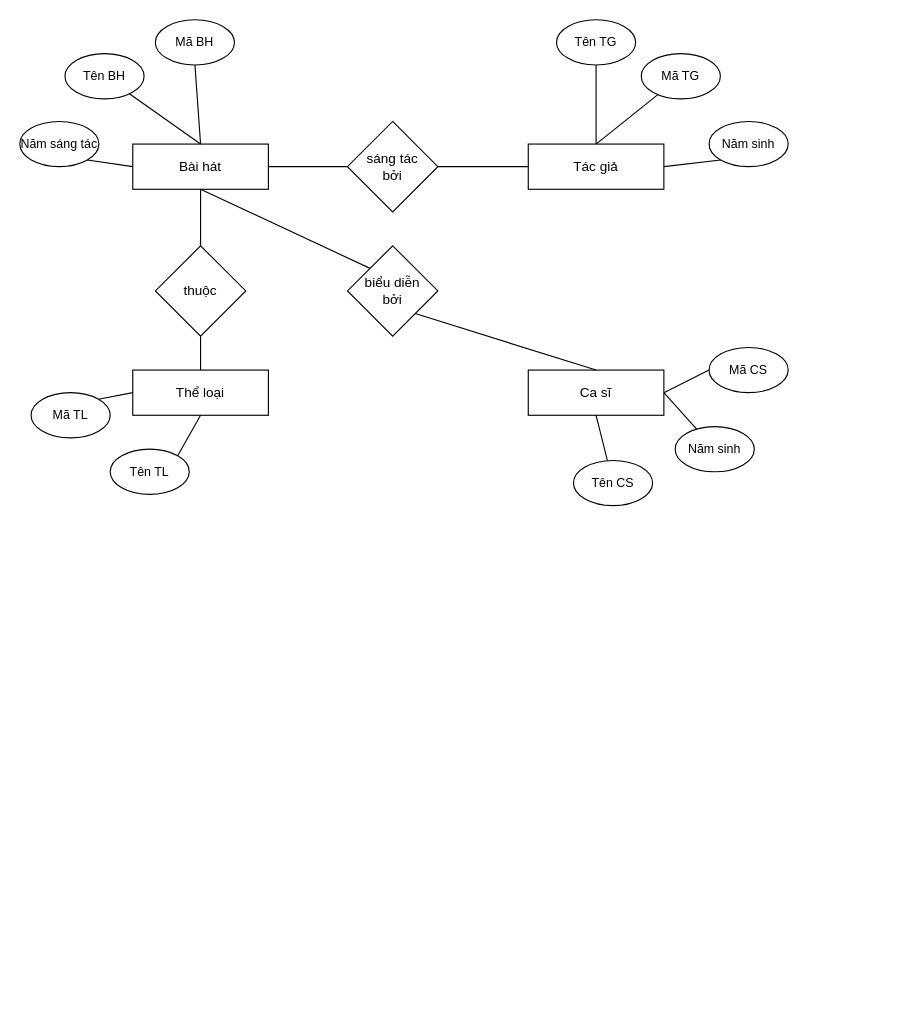
Above: EXERCISES/MH_CSDL_QH.drawio in andytino/Documents-Database (draw.io), before the change. Source tidied: cells renumbered, new cells numbered last; positions are measured from the earlier drawing's top-left corner, leaving out a move shared by most shapes. Both pictures are drawn from the tidied source at 113%, with x=0, y=0 at pixel (19, 19).
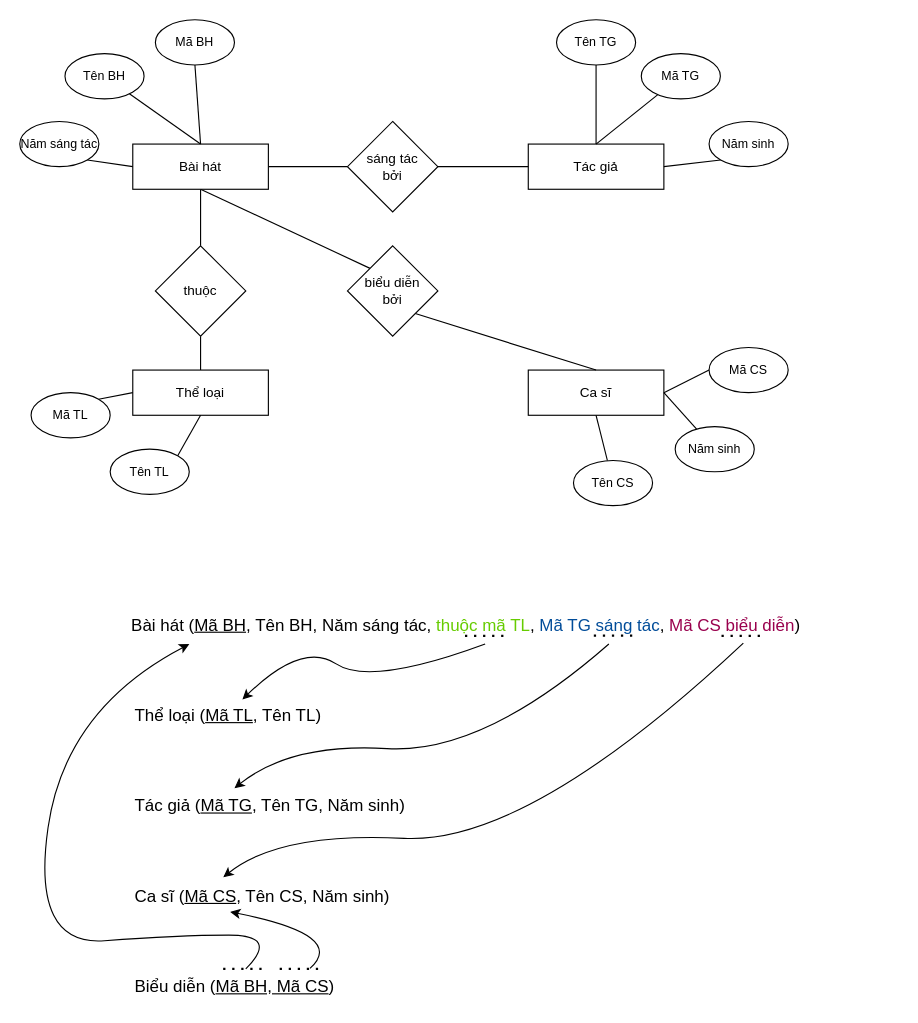
The same diagram, later.

Diff of the diagram source:
```diff
@@
+    <mxCell id="37" value="Bài hát (&lt;u&gt;Mã BH&lt;/u&gt;, Tên BH, Năm sáng tác, &lt;font color=&quot;#66cc00&quot;&gt;thuộc mã TL&lt;/font&gt;, &lt;font color=&quot;#004c99&quot;&gt;Mã TG sáng tác&lt;/font&gt;, &lt;font color=&quot;#99004d&quot;&gt;Mã CS biểu diễn&lt;/font&gt;)" style="text;html=1;strokeColor=none;fillColor=none;align=left;verticalAlign=middle;whiteSpace=wrap;rounded=0;fontFamily=Helvetica;fontSize=15;fontColor=default;" parent="1" vertex="1">
+      <mxGeometry x="97" y="520" width="680" height="30" as="geometry" />
+    </mxCell>
+    <mxCell id="38" value="Thể loại (&lt;u&gt;Mã TL&lt;/u&gt;, Tên TL)" style="text;html=1;strokeColor=none;fillColor=none;align=left;verticalAlign=middle;whiteSpace=wrap;rounded=0;fontFamily=Helvetica;fontSize=15;fontColor=default;" parent="1" vertex="1">
+      <mxGeometry x="100" y="600" width="490" height="30" as="geometry" />
+    </mxCell>
+    <mxCell id="39" value="Tác giả (&lt;u&gt;Mã TG&lt;/u&gt;, Tên TG, Năm sinh)" style="text;html=1;strokeColor=none;fillColor=none;align=left;verticalAlign=middle;whiteSpace=wrap;rounded=0;fontFamily=Helvetica;fontSize=15;fontColor=default;" parent="1" vertex="1">
+      <mxGeometry x="100" y="680" width="490" height="30" as="geometry" />
+    </mxCell>
+    <mxCell id="40" value="Ca sĩ (&lt;u&gt;Mã CS&lt;/u&gt;, Tên CS, Năm sinh)" style="text;html=1;strokeColor=none;fillColor=none;align=left;verticalAlign=middle;whiteSpace=wrap;rounded=0;fontFamily=Helvetica;fontSize=15;fontColor=default;" parent="1" vertex="1">
+      <mxGeometry x="100" y="760" width="490" height="30" as="geometry" />
+    </mxCell>
+    <mxCell id="41" style="curved=1;endArrow=classic;html=1;rounded=0;labelBackgroundColor=default;fontFamily=Helvetica;fontSize=15;fontColor=default;strokeColor=default;shape=connector;entryX=0.198;entryY=0.05;entryDx=0;entryDy=0;entryPerimeter=0;exitX=0.463;exitY=1.08;exitDx=0;exitDy=0;exitPerimeter=0;" parent="1" edge="1" source="37" target="38">
+      <mxGeometry relative="1" as="geometry">
+        <Array as="points">
+          <mxPoint x="310" y="590" />
+          <mxPoint x="250" y="550" />
+        </Array>
+      </mxGeometry>
+    </mxCell>
+    <mxCell id="42" style="curved=1;endArrow=classic;html=1;rounded=0;labelBackgroundColor=default;fontFamily=Helvetica;fontSize=15;fontColor=default;strokeColor=default;shape=connector;entryX=0.646;entryY=1.083;entryDx=0;entryDy=0;entryPerimeter=0;exitX=0.624;exitY=1.08;exitDx=0;exitDy=0;exitPerimeter=0;" parent="1" edge="1" source="37">
+      <mxGeometry relative="1" as="geometry">
+        <mxPoint x="190" y="680" as="targetPoint" />
+        <Array as="points">
+          <mxPoint x="410" y="650" />
+          <mxPoint x="240" y="640" />
+        </Array>
+      </mxGeometry>
+    </mxCell>
+    <mxCell id="43" style="curved=1;endArrow=classic;html=1;rounded=0;labelBackgroundColor=default;fontFamily=Helvetica;fontSize=15;fontColor=default;strokeColor=default;shape=connector;entryX=0.82;entryY=1.083;entryDx=0;entryDy=0;entryPerimeter=0;exitX=0.799;exitY=1.053;exitDx=0;exitDy=0;exitPerimeter=0;" parent="1" edge="1" source="37">
+      <mxGeometry relative="1" as="geometry">
+        <mxPoint x="180.1" y="758.8" as="targetPoint" />
+        <Array as="points">
+          <mxPoint x="450" y="730" />
+          <mxPoint x="230.1" y="718.8" />
+        </Array>
+      </mxGeometry>
+    </mxCell>
+    <mxCell id="44" value="Biểu diễn (&lt;u&gt;Mã BH, Mã CS&lt;/u&gt;)" style="text;html=1;strokeColor=none;fillColor=none;align=left;verticalAlign=middle;whiteSpace=wrap;rounded=0;fontFamily=Helvetica;fontSize=15;fontColor=default;" parent="1" vertex="1">
+      <mxGeometry x="100" y="840" width="490" height="30" as="geometry" />
+    </mxCell>
+    <mxCell id="45" style="curved=1;endArrow=classic;html=1;rounded=0;labelBackgroundColor=default;fontFamily=Helvetica;fontSize=15;fontColor=#99004D;strokeColor=default;shape=connector;entryX=0.078;entryY=1.083;entryDx=0;entryDy=0;entryPerimeter=0;" parent="1" edge="1" target="37">
+      <mxGeometry relative="1" as="geometry">
+        <mxPoint x="200" y="840" as="sourcePoint" />
+        <Array as="points">
+          <mxPoint x="230" y="810" />
+          <mxPoint x="140" y="810" />
+          <mxPoint x="10" y="820" />
+          <mxPoint x="40" y="610" />
+        </Array>
+      </mxGeometry>
+    </mxCell>
+    <mxCell id="46" style="curved=1;endArrow=classic;html=1;rounded=0;labelBackgroundColor=default;fontFamily=Helvetica;fontSize=15;fontColor=#99004D;strokeColor=default;shape=connector;entryX=0.176;entryY=0.983;entryDx=0;entryDy=0;entryPerimeter=0;exitX=0.32;exitY=-0.017;exitDx=0;exitDy=0;exitPerimeter=0;" parent="1" edge="1" source="44" target="40">
+      <mxGeometry relative="1" as="geometry">
+        <Array as="points">
+          <mxPoint x="290" y="810" />
+        </Array>
+      </mxGeometry>
+    </mxCell>
+    <mxCell id="47" style="endArrow=none;dashed=1;html=1;dashPattern=1 3;strokeWidth=2;rounded=0;labelBackgroundColor=default;fontFamily=Helvetica;fontSize=15;fontColor=#99004D;shape=connector;" parent="1" edge="1">
+      <mxGeometry relative="1" as="geometry">
+        <mxPoint x="180" y="840" as="sourcePoint" />
+        <mxPoint x="220" y="840" as="targetPoint" />
+      </mxGeometry>
+    </mxCell>
+    <mxCell id="48" style="endArrow=none;dashed=1;html=1;dashPattern=1 3;strokeWidth=2;rounded=0;labelBackgroundColor=default;fontFamily=Helvetica;fontSize=15;fontColor=#99004D;shape=connector;" parent="1" edge="1">
+      <mxGeometry relative="1" as="geometry">
+        <mxPoint x="230" y="840" as="sourcePoint" />
+        <mxPoint x="270" y="840" as="targetPoint" />
+      </mxGeometry>
+    </mxCell>
+    <mxCell id="49" style="endArrow=none;dashed=1;html=1;dashPattern=1 3;strokeWidth=2;rounded=0;labelBackgroundColor=default;fontFamily=Helvetica;fontSize=15;fontColor=#99004D;shape=connector;" parent="1" edge="1">
+      <mxGeometry relative="1" as="geometry">
+        <mxPoint x="394" y="545.2" as="sourcePoint" />
+        <mxPoint x="434" y="545.2" as="targetPoint" />
+      </mxGeometry>
+    </mxCell>
+    <mxCell id="50" style="endArrow=none;dashed=1;html=1;dashPattern=1 3;strokeWidth=2;rounded=0;labelBackgroundColor=default;fontFamily=Helvetica;fontSize=15;fontColor=#99004D;shape=connector;" parent="1" edge="1">
+      <mxGeometry relative="1" as="geometry">
+        <mxPoint x="508" y="545" as="sourcePoint" />
+        <mxPoint x="548" y="545" as="targetPoint" />
+      </mxGeometry>
+    </mxCell>
+    <mxCell id="51" style="endArrow=none;dashed=1;html=1;dashPattern=1 3;strokeWidth=2;rounded=0;labelBackgroundColor=default;fontFamily=Helvetica;fontSize=15;fontColor=#99004D;shape=connector;" parent="1" edge="1">
+      <mxGeometry relative="1" as="geometry">
+        <mxPoint x="621" y="545.2" as="sourcePoint" />
+        <mxPoint x="661" y="545.2" as="targetPoint" />
+      </mxGeometry>
+    </mxCell>
```
